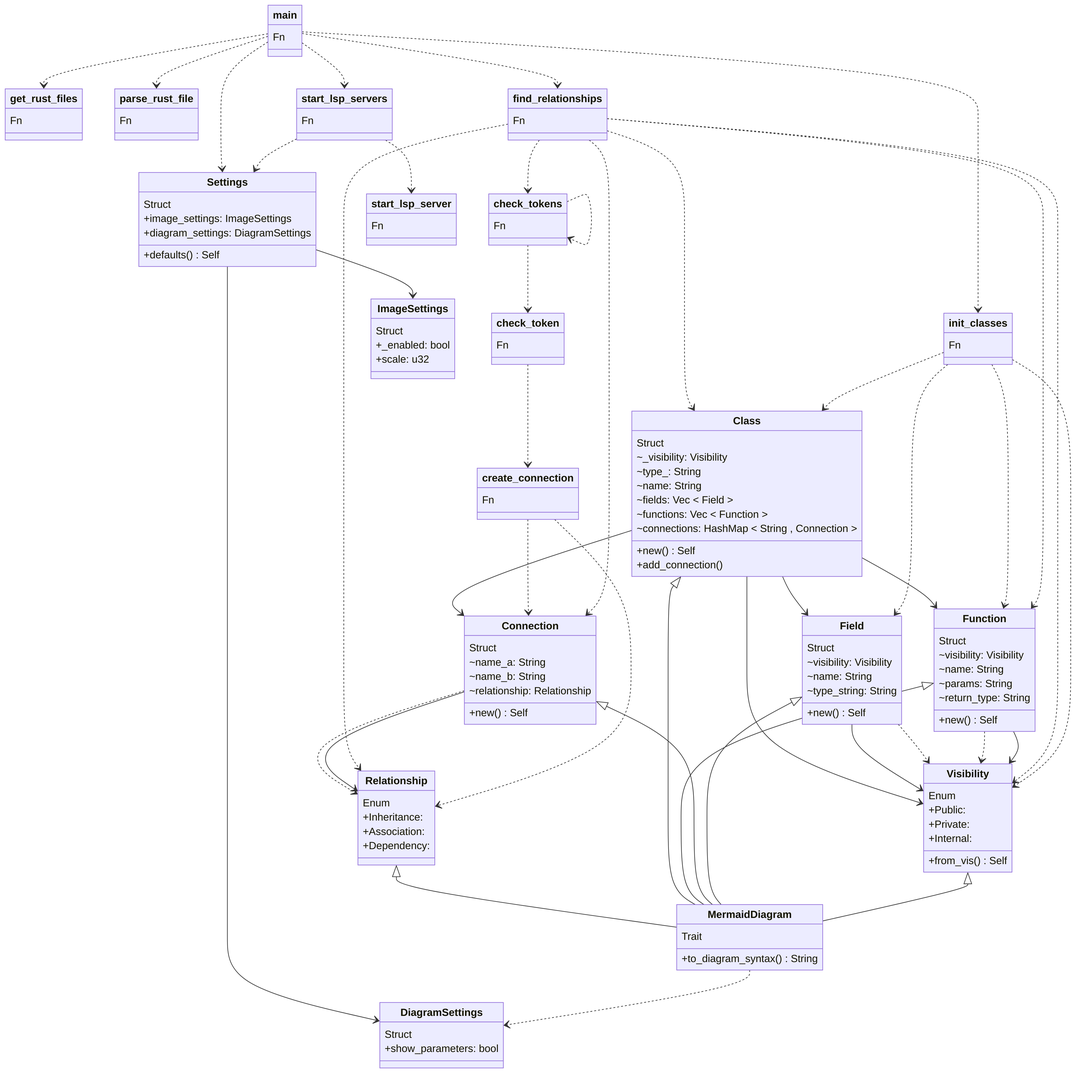
Above: diagram.png in gusjengis/mermaid-class-diagrams (Mermaid), before the change. Its source is kept beside it as diagram.mmd.
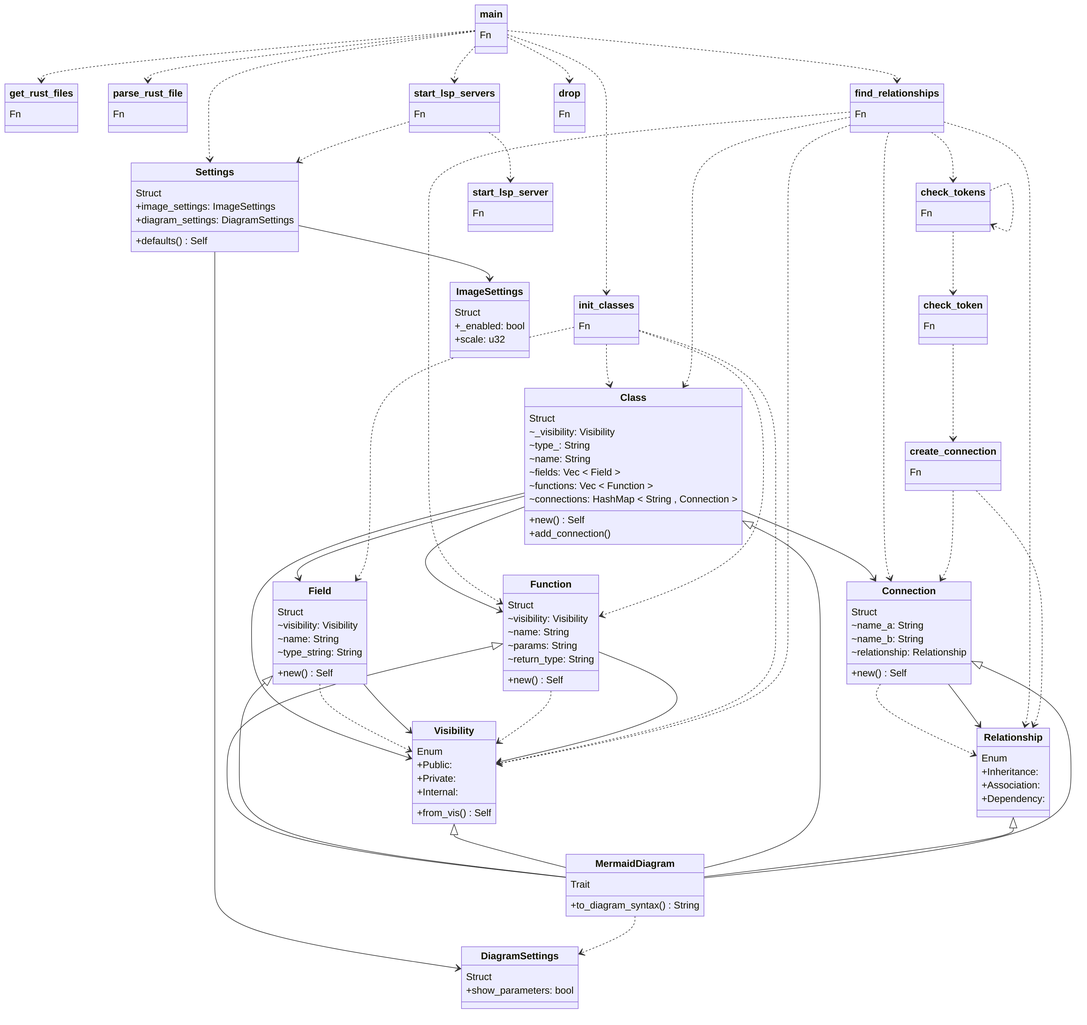
After the commit.

The edit, as a diff of the source:
```diff
@@ -23,12 +23,12 @@
 +to_diagram_syntax() String
 }
 
-Relationship <|-- MermaidDiagram
-Class <|-- MermaidDiagram
 Function <|-- MermaidDiagram
-Connection <|-- MermaidDiagram
 Field <|-- MermaidDiagram
 Visibility <|-- MermaidDiagram
+Class <|-- MermaidDiagram
+Relationship <|-- MermaidDiagram
+Connection <|-- MermaidDiagram
 
 class find_relationships {
 Fn
@@ -67,12 +67,12 @@
 +add_connection()
 }
 
-Class --> Function
+Class --> Connection
 Class --> Visibility
-find_relationships ..> Class
 Class --> Field
 init_classes ..> Class
-Class --> Connection
+Class --> Function
+find_relationships ..> Class
 
 class Field {
 Struct
@@ -82,9 +82,9 @@
 +new() Self
 }
 
-Field --> Visibility
 Field ..> Visibility
 init_classes ..> Field
+Field --> Visibility
 
 class Function {
 Struct
@@ -95,10 +95,10 @@
 +new() Self
 }
 
-init_classes ..> Function
 Function ..> Visibility
 Function --> Visibility
 find_relationships ..> Function
+init_classes ..> Function
 
 class Connection {
 Struct
@@ -109,8 +109,8 @@
 }
 
 Connection ..> Relationship
+find_relationships ..> Connection
 create_connection ..> Connection
-find_relationships ..> Connection
 Connection --> Relationship
 
 class Relationship {
@@ -131,8 +131,8 @@
 +from_vis() Self
 }
 
+init_classes ..> Visibility
 find_relationships ..> Visibility
-init_classes ..> Visibility
 
 class Settings {
 Struct
@@ -141,9 +141,9 @@
 +defaults() Self
 }
 
+Settings --> ImageSettings
 main ..> Settings
 Settings --> DiagramSettings
-Settings --> ImageSettings
 start_lsp_servers ..> Settings
 
 class ImageSettings {
@@ -165,6 +165,12 @@
 }
 
 
+class drop {
+Fn
+}
+
+main ..> drop
+
 class start_lsp_servers {
 Fn
 }
```
